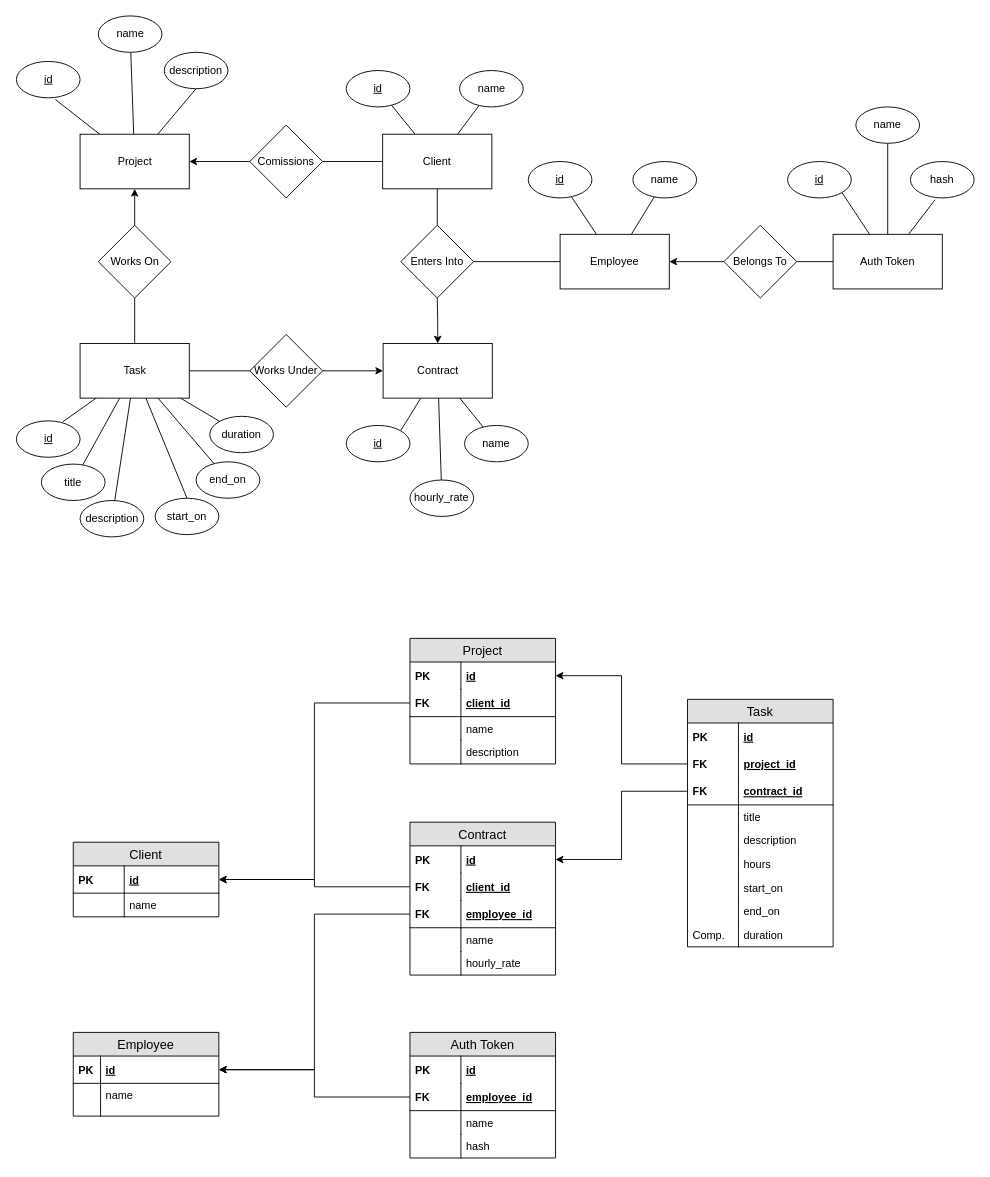
Earlier version of the draw.io diagram api/data-model.drawio (Noah-Huppert/time-tracker). Source tidied: cells renumbered, new cells numbered last; positions are measured from the earlier drawing's top-left corner, leaving out a move shared by most shapes. Both pictures are drawn from the tidied source at 91%, with x=0, y=0 at pixel (16, 15).
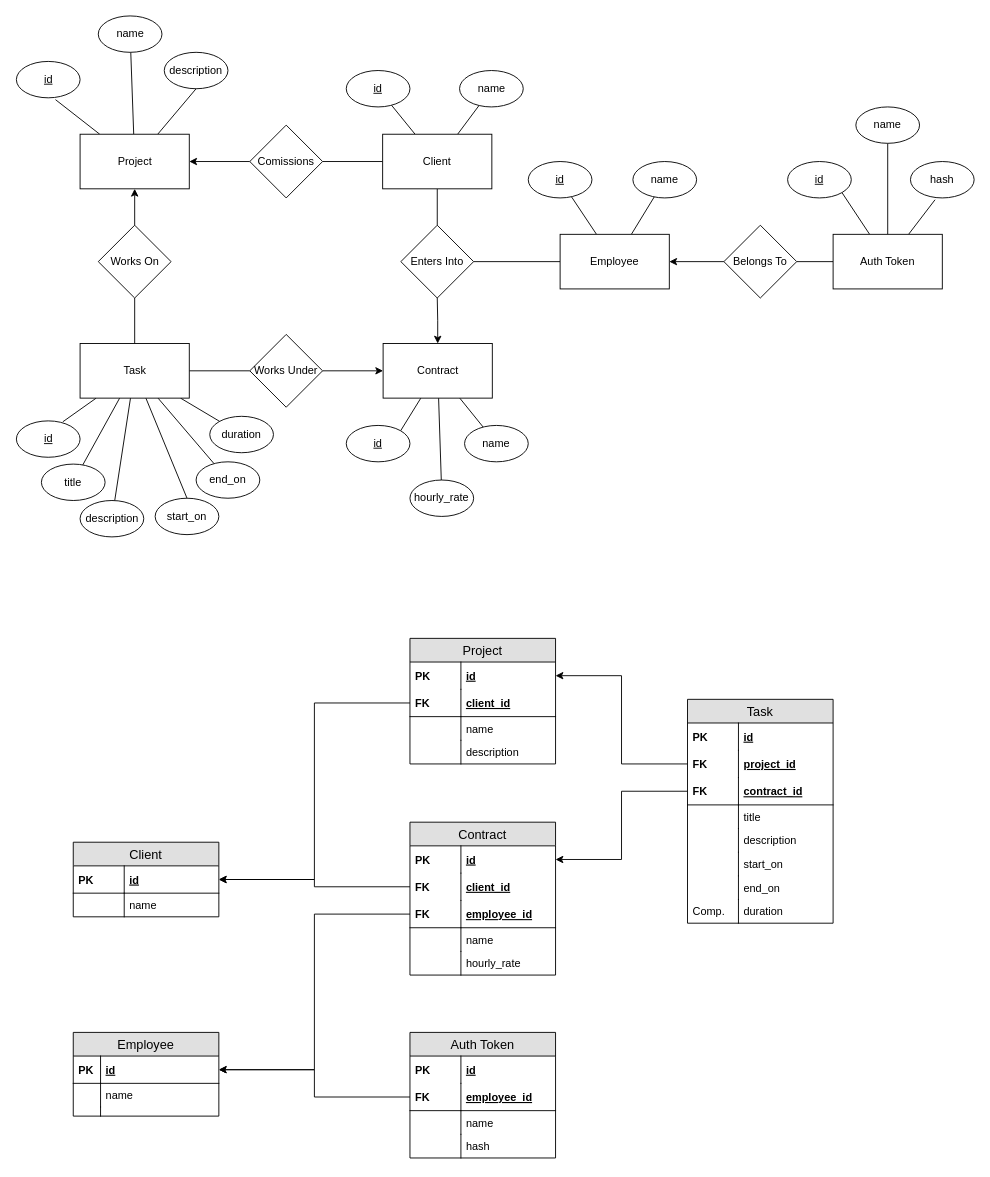
The same page after the edit.

Commit message (it also covers changes not shown here):
api: removed 'task.hours' field from data model

Diff of the diagram source:
```diff
@@
     <mxCell id="89" value="Task" style="swimlane;fontStyle=0;horizontal=1;startSize=26;fillColor=#e0e0e0;swimlaneFillColor=#ffffff;align=center;fontSize=14;" parent="1" vertex="1">
-      <mxGeometry x="737" y="751" width="160" height="272" as="geometry" />
+      <mxGeometry x="737" y="751" width="160" height="246" as="geometry" />
     </mxCell>
@@
-    <mxCell id="100" value="hours" style="shape=partialRectangle;top=0;left=0;right=0;bottom=0;align=left;verticalAlign=top;fillColor=none;spacingLeft=60;spacingRight=4;overflow=hidden;fontSize=12;" parent="89" vertex="1">
-      <mxGeometry y="168" width="160" height="26" as="geometry" />
-    </mxCell>
-    <mxCell id="101" style="shape=partialRectangle;top=0;left=0;bottom=0;fillColor=none;align=left;verticalAlign=top;spacingLeft=4;spacingRight=4;overflow=hidden;fontSize=12;" parent="100" vertex="1">
-      <mxGeometry width="56" height="26" as="geometry" />
-    </mxCell>
     <mxCell id="102" value="start_on" style="shape=partialRectangle;top=0;left=0;right=0;bottom=0;align=left;verticalAlign=top;fillColor=none;spacingLeft=60;spacingRight=4;overflow=hidden;fontSize=12;" parent="89" vertex="1">
-      <mxGeometry y="194" width="160" height="26" as="geometry" />
+      <mxGeometry y="168" width="160" height="26" as="geometry" />
     </mxCell>
@@
     <mxCell id="104" value="end_on" style="shape=partialRectangle;top=0;left=0;right=0;bottom=0;align=left;verticalAlign=top;fillColor=none;spacingLeft=60;spacingRight=4;overflow=hidden;fontSize=12;" parent="89" vertex="1">
-      <mxGeometry y="220" width="160" height="26" as="geometry" />
+      <mxGeometry y="194" width="160" height="26" as="geometry" />
     </mxCell>
@@
     <mxCell id="106" value="duration" style="shape=partialRectangle;top=0;left=0;right=0;bottom=0;align=left;verticalAlign=top;fillColor=none;spacingLeft=60;spacingRight=4;overflow=hidden;fontSize=12;" parent="89" vertex="1">
-      <mxGeometry y="246" width="160" height="26" as="geometry" />
+      <mxGeometry y="220" width="160" height="26" as="geometry" />
     </mxCell>
```
